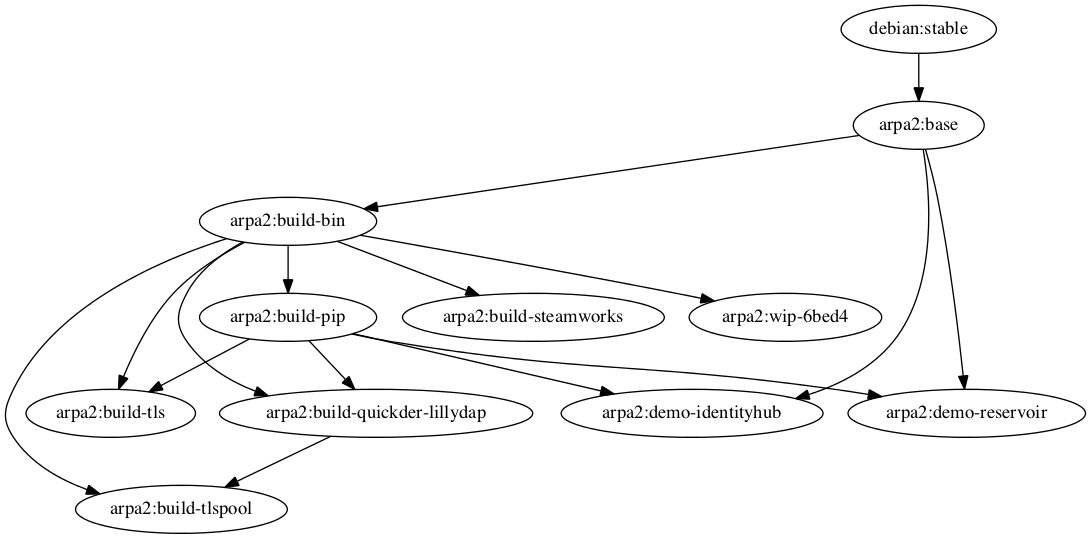
Before: deps.png, a diagram exported from Graphviz (timkuijsten/docker-demo). Its source is kept beside it as deps.dot.
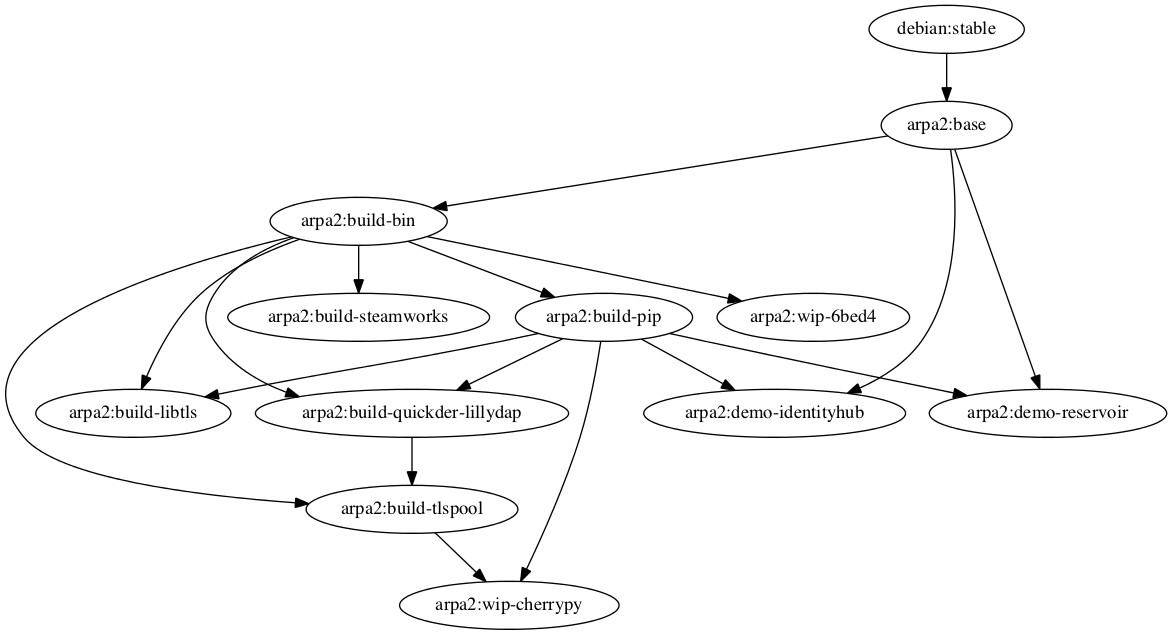
Later version of the same file.

Change to the diagram source:
```diff
@@ -4,6 +4,9 @@
    "debian:stable" -> "arpa2:base" ;
    "arpa2:build-bin";
    "arpa2:base" -> "arpa2:build-bin" ;
+   "arpa2:build-libtls";
+   "arpa2:build-pip" -> "arpa2:build-libtls" ;
+   "arpa2:build-bin" -> "arpa2:build-libtls" ;
    "arpa2:build-pip";
    "arpa2:build-bin" -> "arpa2:build-pip" ;
    "arpa2:build-quickder-lillydap";
@@ -11,9 +14,6 @@
    "arpa2:build-bin" -> "arpa2:build-quickder-lillydap" ;
    "arpa2:build-steamworks";
    "arpa2:build-bin" -> "arpa2:build-steamworks" ;
-   "arpa2:build-tls";
-   "arpa2:build-pip" -> "arpa2:build-tls" ;
-   "arpa2:build-bin" -> "arpa2:build-tls" ;
    "arpa2:build-tlspool";
    "arpa2:build-quickder-lillydap" -> "arpa2:build-tlspool" ;
    "arpa2:build-bin" -> "arpa2:build-tlspool" ;
@@ -25,4 +25,7 @@
    "arpa2:base" -> "arpa2:demo-reservoir" ;
    "arpa2:wip-6bed4";
    "arpa2:build-bin" -> "arpa2:wip-6bed4" ;
+   "arpa2:wip-cherrypy";
+   "arpa2:build-pip" -> "arpa2:wip-cherrypy" ;
+   "arpa2:build-tlspool" -> "arpa2:wip-cherrypy" ;
 }
```
